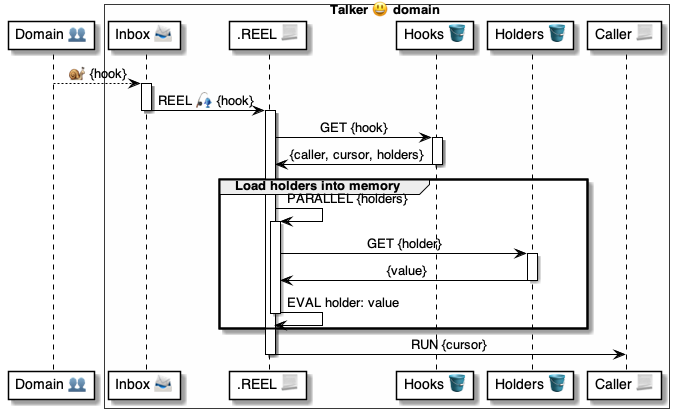
pollyweb-org/pollyweb-docs keeps this PlantUML diagram as 4 ⚙️ Solution/35 💬 Chats/Scripts 📃/📃 control ▶️/REEL 🎣/🎣 REEL ⚙️ uml.png. Above is the earlier version. Its source is kept beside it as 4 ⚙️ Solution/35 💬 Chats/Scripts 📃/📃 control ▶️/REEL 🎣/🎣 REEL ⚙️ uml.puml. Source of this version:
```plantuml
@startuml Hook

participant "Domain 👥" as domain

box Talker 😃 domain #FFFFFA
    participant "Inbox 📨" as inbox
    participant ".REEL 📃" as reel
    participant "Hooks 🪣" as hooks
    participant "Holders 🪣" as holders
    participant "Caller 📃" as caller
end box


domain --> inbox: 🐌 {hook}

activate inbox
    inbox -> reel:  REEL 🎣 {hook}
deactivate inbox

activate reel
    reel -> hooks: GET {hook}

    activate hooks
        hooks -> reel: {caller, cursor, holders}
    deactivate hooks

    group Load holders into memory

        reel -> reel: PARALLEL {holders}
        activate reel
            reel -> holders: GET {holder}

            activate holders
                holders -> reel: {value}
            deactivate holders

            reel -> reel: EVAL holder: value
        deactivate reel

    end group

    reel -> caller: RUN {cursor}

deactivate reel

@enduml
```
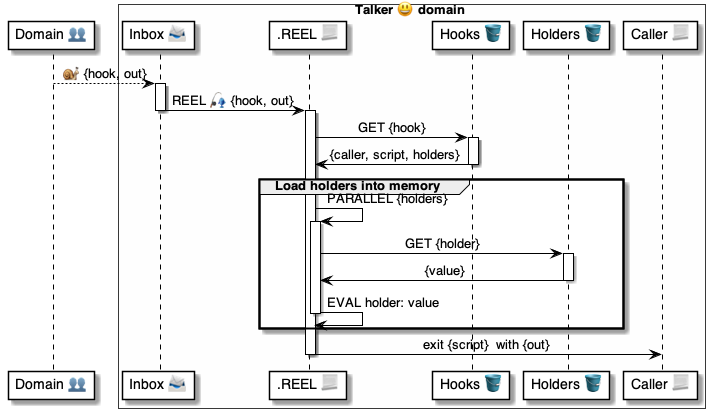
After the change.

Diff of the diagram source:
```diff
@@ -11,17 +11,17 @@
 end box
 
 
-domain --> inbox: 🐌 {hook}
+domain --> inbox: 🐌 {hook, out}
 
 activate inbox
-    inbox -> reel:  REEL 🎣 {hook}
+    inbox -> reel:  REEL 🎣 {hook, out}
 deactivate inbox
 
 activate reel
     reel -> hooks: GET {hook}
 
     activate hooks
-        hooks -> reel: {caller, cursor, holders}
+        hooks -> reel: {caller, script, holders}
     deactivate hooks
 
     group Load holders into memory
@@ -39,7 +39,7 @@
 
     end group
 
-    reel -> caller: RUN {cursor}
+    reel -> caller: exit {script}  with {out}
 
 deactivate reel
 
```
